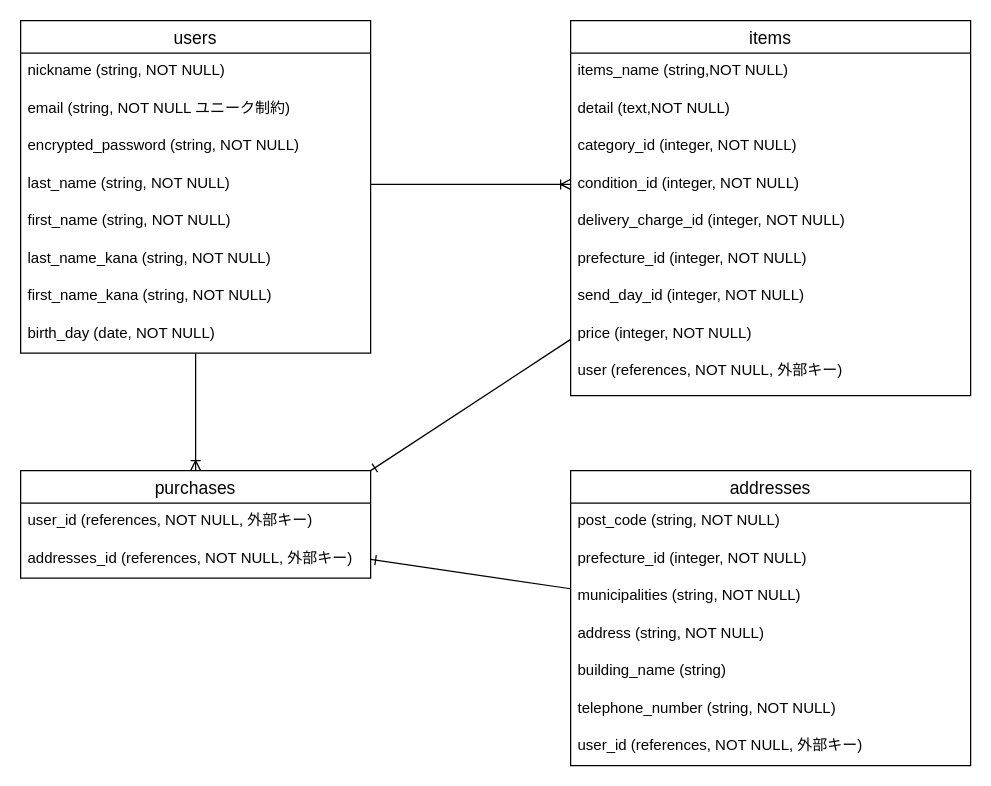
Above: furima_36259.dio in sskyug/furima-36259 (draw.io), before the change. Source tidied: cells renumbered, new cells numbered last; positions are measured from the earlier drawing's top-left corner, leaving out a move shared by most shapes. Both pictures are drawn from the tidied source at 125%, with x=0, y=0 at pixel (20, 20).
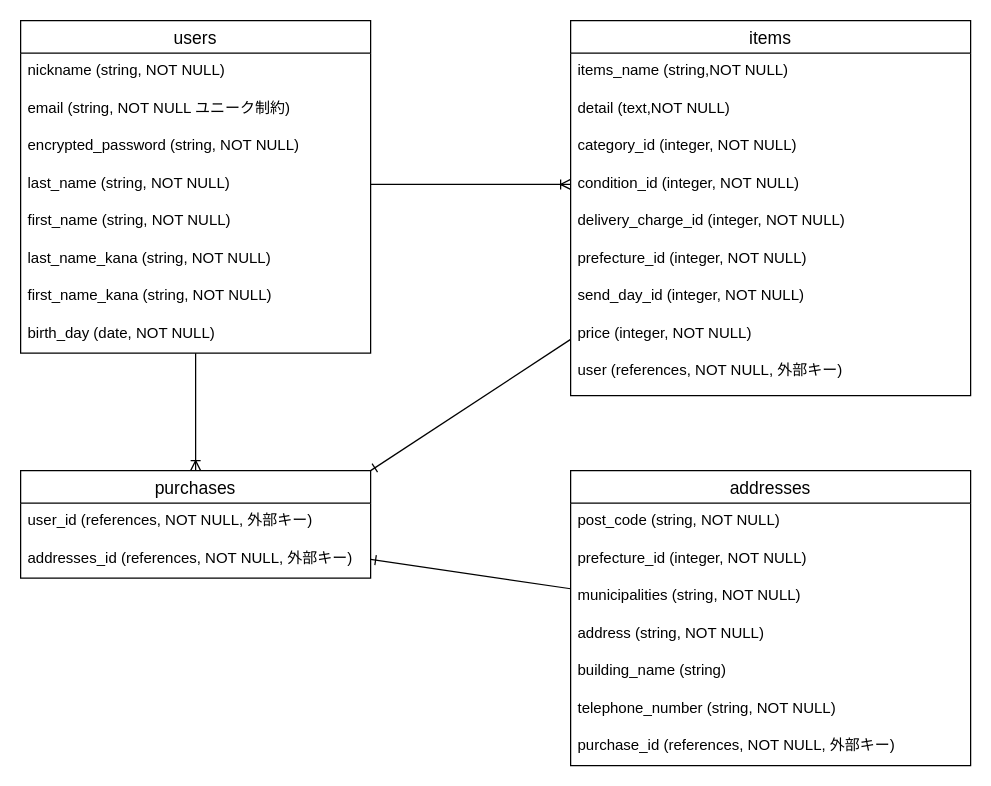
The same page after the edit.

Unchanged cells that the change refers to:
```xml
<mxCell id="24" value="addresses" style="swimlane;fontStyle=0;horizontal=1;startSize=26;align=center;fontSize=14;strokeColor=default;" parent="1" vertex="1">
  <mxGeometry x="440" y="360" width="320" height="236" as="geometry" />
</mxCell>
```

The edit, as a diff of the source:
```diff
@@
-    <mxCell id="31" value="user_id (references, NOT NULL, 外部キー)" style="text;strokeColor=none;fillColor=none;spacingLeft=4;spacingRight=4;overflow=hidden;fontSize=12;" parent="24" vertex="1">
+    <mxCell id="31" value="purchase_id (references, NOT NULL, 外部キー)" style="text;strokeColor=none;fillColor=none;spacingLeft=4;spacingRight=4;overflow=hidden;fontSize=12;" parent="24" vertex="1">
       <mxGeometry y="206" width="320" height="30" as="geometry" />
     </mxCell>
```
